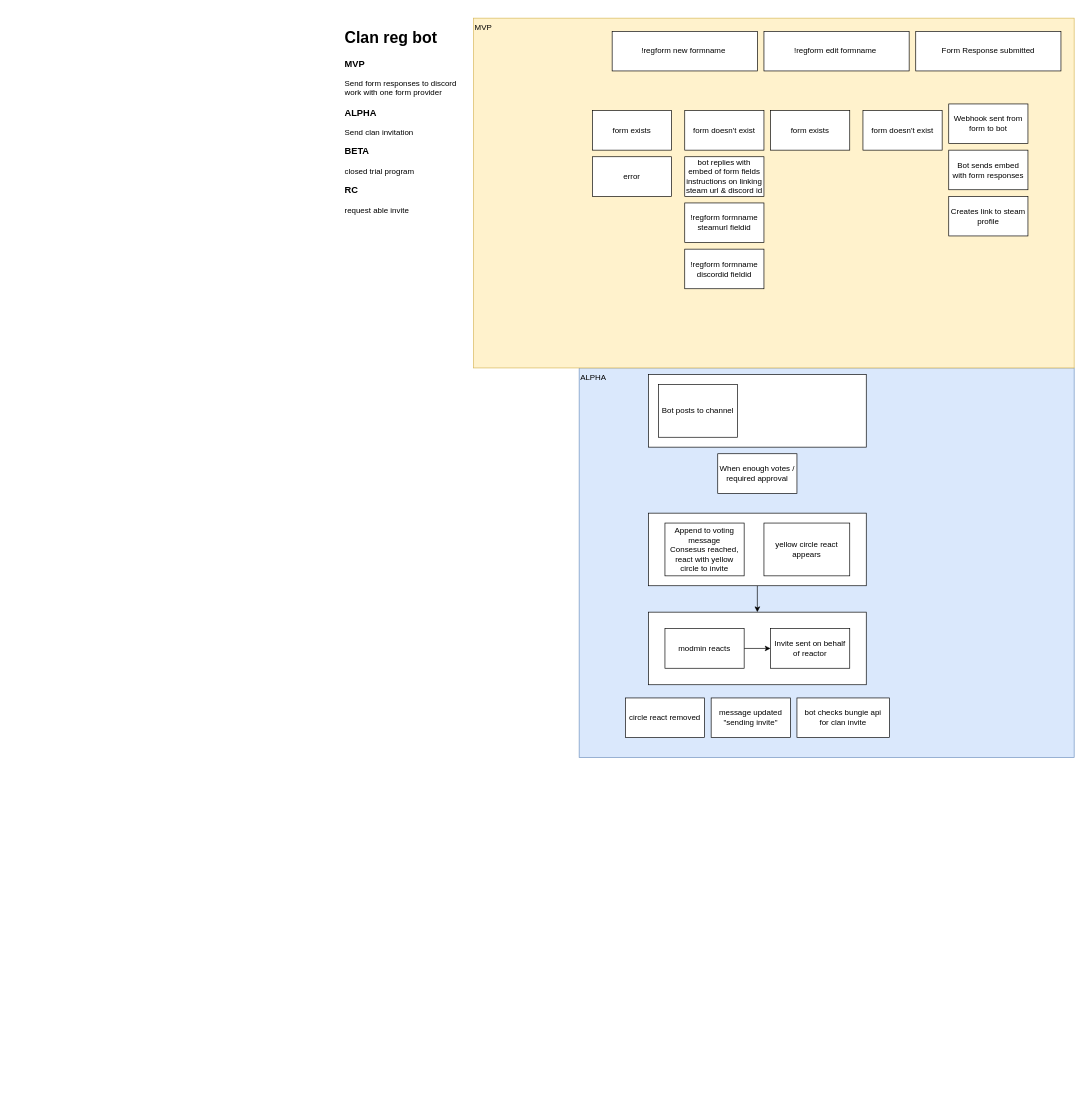
Before: clanworkflow.drawio in notmycabbages/notmycabbages, a draw.io diagram. Source tidied: cells renumbered, new cells numbered last; positions are measured from the earlier drawing's top-left corner, leaving out a move shared by most shapes. Both pictures are drawn from the tidied source at 66%, with x=0, y=0 at pixel (341, 18).
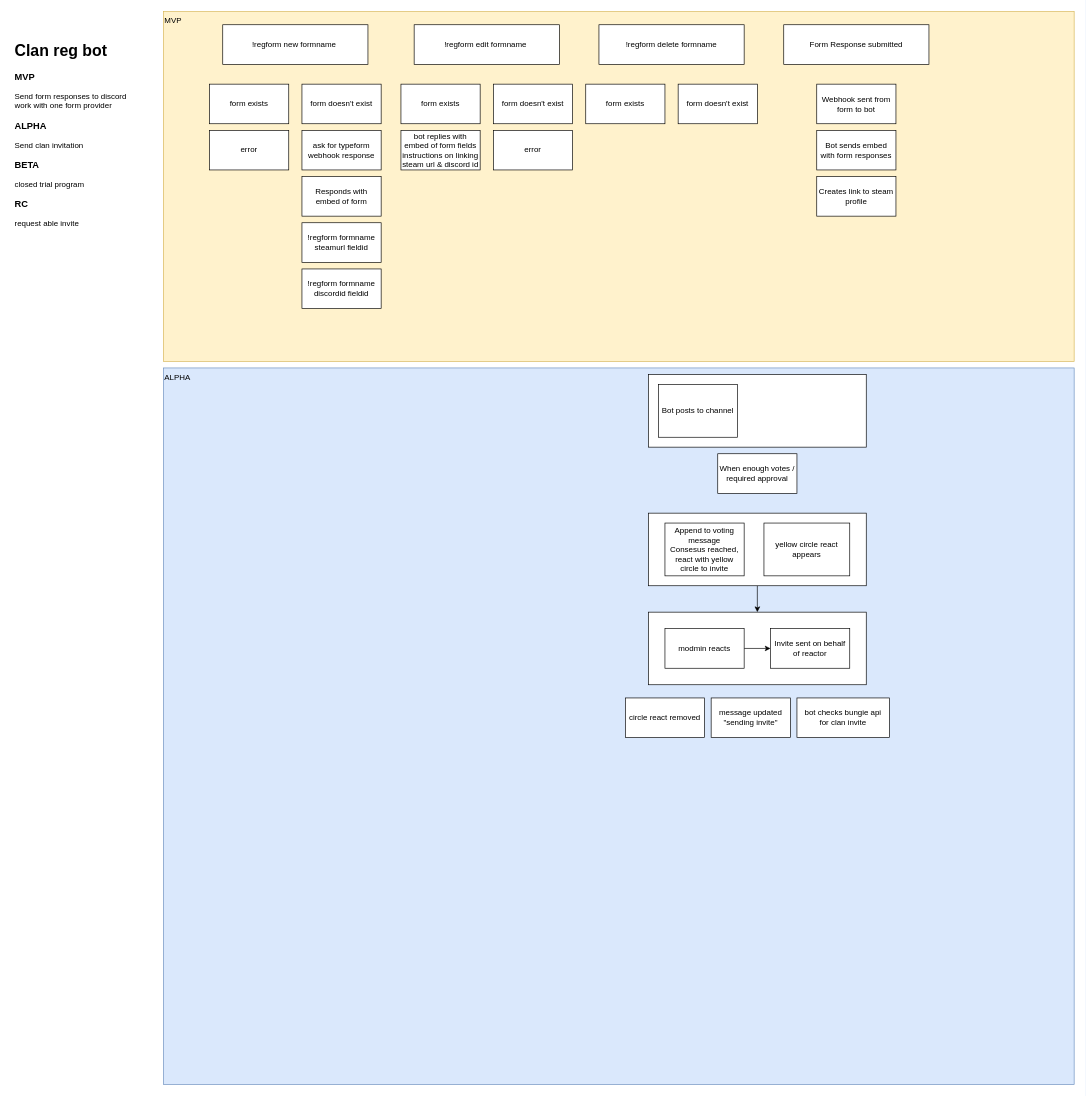
The same diagram, later.

What changed in the source:
```diff
@@
     <mxCell id="2" value="ALPHA" style="rounded=0;whiteSpace=wrap;html=1;fillColor=#dae8fc;strokeColor=#6c8ebf;align=left;verticalAlign=top;" parent="1" vertex="1">
-      <mxGeometry x="360" y="530" width="750" height="590" as="geometry" />
+      <mxGeometry x="-270" y="530" width="1380" height="1085.6" as="geometry" />
     </mxCell>
@@
     <mxCell id="6" value="&lt;h1&gt;Clan reg bot&lt;/h1&gt;&lt;h3&gt;MVP&lt;/h3&gt;&lt;div&gt;Send form responses to discord&lt;/div&gt;&lt;div&gt;work with one form provider&lt;/div&gt;&lt;h3&gt;ALPHA&lt;/h3&gt;&lt;div&gt;Send clan invitation&lt;/div&gt;&lt;div&gt;&lt;h3&gt;BETA&lt;/h3&gt;&lt;/div&gt;&lt;div&gt;closed trial program&lt;/div&gt;&lt;h3&gt;RC&lt;/h3&gt;&lt;div&gt;request able invite&lt;/div&gt;" style="text;html=1;strokeColor=none;fillColor=none;spacing=5;spacingTop=-20;whiteSpace=wrap;overflow=hidden;rounded=0;" parent="1" vertex="1">
-      <mxGeometry y="10" width="190" height="370" as="geometry" />
+      <mxGeometry x="-500" y="30" width="190" height="370" as="geometry" />
     </mxCell>
@@
     <mxCell id="16" value="MVP" style="rounded=0;whiteSpace=wrap;html=1;fillColor=#fff2cc;strokeColor=#d6b656;align=left;verticalAlign=top;" parent="1" vertex="1">
-      <mxGeometry x="200" width="910" height="530" as="geometry" />
+      <mxGeometry x="-270" y="-10" width="1380" height="530" as="geometry" />
     </mxCell>
-    <mxCell id="17" value="Form Response submitted" style="rounded=0;whiteSpace=wrap;html=1;" parent="1" vertex="1">
-      <mxGeometry x="870" y="20" width="220" height="60" as="geometry" />
+    <mxCell id="17" value="!regform delete formname" style="rounded=0;whiteSpace=wrap;html=1;" parent="1" vertex="1">
+      <mxGeometry x="390" y="10" width="220" height="60" as="geometry" />
     </mxCell>
-    <mxCell id="18" value="Webhook sent from form to bot" style="rounded=0;whiteSpace=wrap;html=1;" parent="1" vertex="1">
-      <mxGeometry x="920" y="130" width="120" height="60" as="geometry" />
-    </mxCell>
     <mxCell id="19" value="!regform new formname&amp;nbsp;" style="rounded=0;whiteSpace=wrap;html=1;" parent="1" vertex="1">
-      <mxGeometry x="410" y="20" width="220" height="60" as="geometry" />
+      <mxGeometry x="-180" y="10" width="220" height="60" as="geometry" />
     </mxCell>
     <mxCell id="20" value="!regform formname steamurl fieldid" style="rounded=0;whiteSpace=wrap;html=1;" parent="1" vertex="1">
-      <mxGeometry x="520" y="280" width="120" height="60" as="geometry" />
+      <mxGeometry x="-60" y="310" width="120" height="60" as="geometry" />
     </mxCell>
@@
     <mxCell id="22" value="form exists" style="rounded=0;whiteSpace=wrap;html=1;" parent="1" vertex="1">
-      <mxGeometry x="380" y="140" width="120" height="60" as="geometry" />
+      <mxGeometry x="-200" y="100" width="120" height="60" as="geometry" />
     </mxCell>
     <mxCell id="23" value="form doesn't exist" style="rounded=0;whiteSpace=wrap;html=1;" parent="1" vertex="1">
-      <mxGeometry x="520" y="140" width="120" height="60" as="geometry" />
+      <mxGeometry x="-60" y="100" width="120" height="60" as="geometry" />
     </mxCell>
     <mxCell id="24" value="bot replies with embed of form fields&lt;br&gt;instructions on linking steam url &amp;amp; discord id" style="rounded=0;whiteSpace=wrap;html=1;" parent="1" vertex="1">
-      <mxGeometry x="520" y="210" width="120" height="60" as="geometry" />
+      <mxGeometry x="90" y="170" width="120" height="60" as="geometry" />
     </mxCell>
     <mxCell id="25" value="!regform formname discordid fieldid" style="rounded=0;whiteSpace=wrap;html=1;" parent="1" vertex="1">
-      <mxGeometry x="520" y="350" width="120" height="60" as="geometry" />
+      <mxGeometry x="-60" y="380" width="120" height="60" as="geometry" />
     </mxCell>
-    <mxCell id="26" value="Bot sends embed with form responses" style="rounded=0;whiteSpace=wrap;html=1;" parent="1" vertex="1">
-      <mxGeometry x="920" y="200" width="120" height="60" as="geometry" />
-    </mxCell>
-    <mxCell id="27" value="Creates link to steam profile" style="rounded=0;whiteSpace=wrap;html=1;" parent="1" vertex="1">
-      <mxGeometry x="920" y="270" width="120" height="60" as="geometry" />
-    </mxCell>
@@
     <mxCell id="29" value="error" style="rounded=0;whiteSpace=wrap;html=1;" parent="1" vertex="1">
-      <mxGeometry x="380" y="210" width="120" height="60" as="geometry" />
+      <mxGeometry x="-200" y="170" width="120" height="60" as="geometry" />
     </mxCell>
     <mxCell id="30" value="!regform edit formname&amp;nbsp;" style="rounded=0;whiteSpace=wrap;html=1;" parent="1" vertex="1">
-      <mxGeometry x="640" y="20" width="220" height="60" as="geometry" />
+      <mxGeometry x="110" y="10" width="220" height="60" as="geometry" />
     </mxCell>
     <mxCell id="31" value="form exists" style="rounded=0;whiteSpace=wrap;html=1;" parent="1" vertex="1">
-      <mxGeometry x="650" y="140" width="120" height="60" as="geometry" />
+      <mxGeometry x="90" y="100" width="120" height="60" as="geometry" />
     </mxCell>
     <mxCell id="32" value="form doesn't exist" style="rounded=0;whiteSpace=wrap;html=1;" parent="1" vertex="1">
-      <mxGeometry x="790" y="140" width="120" height="60" as="geometry" />
+      <mxGeometry x="230" y="100" width="120" height="60" as="geometry" />
     </mxCell>
+    <mxCell id="33" value="Form Response submitted" style="rounded=0;whiteSpace=wrap;html=1;" parent="1" vertex="1">
+      <mxGeometry x="670" y="10" width="220" height="60" as="geometry" />
+    </mxCell>
+    <mxCell id="18" value="Webhook sent from form to bot" style="rounded=0;whiteSpace=wrap;html=1;" parent="1" vertex="1">
+      <mxGeometry x="720" y="100" width="120" height="60" as="geometry" />
+    </mxCell>
+    <mxCell id="26" value="Bot sends embed with form responses" style="rounded=0;whiteSpace=wrap;html=1;" parent="1" vertex="1">
+      <mxGeometry x="720" y="170" width="120" height="60" as="geometry" />
+    </mxCell>
+    <mxCell id="27" value="Creates link to steam profile" style="rounded=0;whiteSpace=wrap;html=1;" parent="1" vertex="1">
+      <mxGeometry x="720" y="240" width="120" height="60" as="geometry" />
+    </mxCell>
+    <mxCell id="34" value="form exists" style="rounded=0;whiteSpace=wrap;html=1;" parent="1" vertex="1">
+      <mxGeometry x="370" y="100" width="120" height="60" as="geometry" />
+    </mxCell>
+    <mxCell id="35" value="form doesn't exist" style="rounded=0;whiteSpace=wrap;html=1;" parent="1" vertex="1">
+      <mxGeometry x="510" y="100" width="120" height="60" as="geometry" />
+    </mxCell>
+    <mxCell id="36" value="ask for typeform webhook response" style="rounded=0;whiteSpace=wrap;html=1;" parent="1" vertex="1">
+      <mxGeometry x="-60" y="170" width="120" height="60" as="geometry" />
+    </mxCell>
+    <mxCell id="37" value="Responds with embed of form" style="rounded=0;whiteSpace=wrap;html=1;" parent="1" vertex="1">
+      <mxGeometry x="-60" y="240" width="120" height="60" as="geometry" />
+    </mxCell>
+    <mxCell id="38" value="error" style="rounded=0;whiteSpace=wrap;html=1;" parent="1" vertex="1">
+      <mxGeometry x="230" y="170" width="120" height="60" as="geometry" />
+    </mxCell>
```
